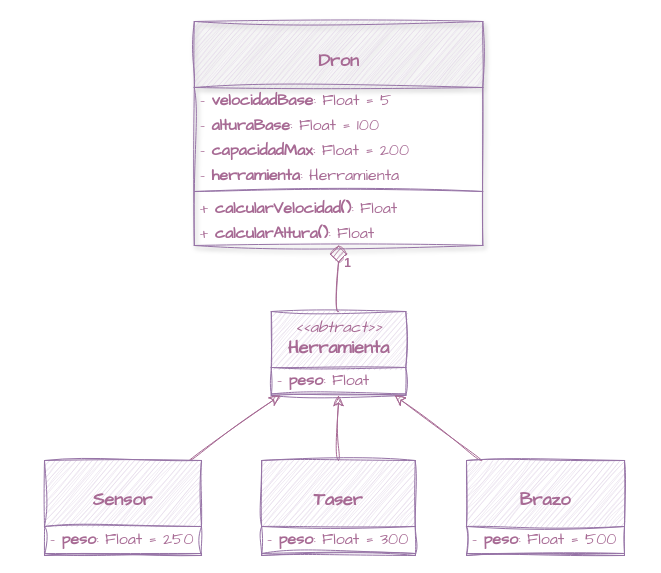
Above: bootsrap/src/Ejercicios POO/14_dron/14_dron.drawio in Elianayc/Typescript (draw.io), before the change. Source tidied: cells renumbered, new cells numbered last; positions are measured from the earlier drawing's top-left corner, leaving out a move shared by most shapes. Both pictures are drawn from the tidied source at 100%, with x=0, y=0 at pixel (44, 21).
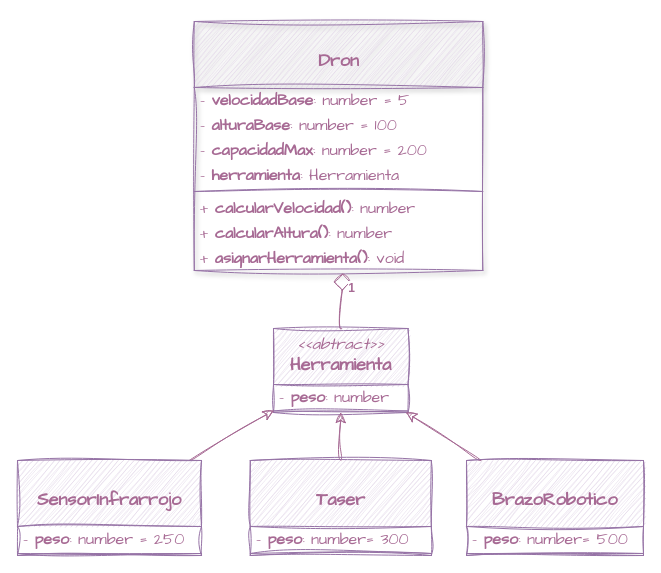
The same diagram, later.

The edit, as a diff of the source:
```diff
@@
     <mxCell id="2" value="&lt;font style=&quot;font-size: 18px;&quot;&gt;&lt;br&gt;&lt;/font&gt;&lt;div&gt;&lt;span style=&quot;font-size: 18px;&quot;&gt;&lt;b&gt;Dron&lt;/b&gt;&lt;/span&gt;&lt;/div&gt;" style="swimlane;fontStyle=0;align=center;verticalAlign=top;horizontal=1;startSize=66;html=1;whiteSpace=wrap;sketch=1;hachureGap=4;jiggle=2;curveFitting=1;strokeColor=#9673A6;fontFamily=Architects Daughter;fontSize=16;fontColor=#A76A94;fillColor=#e1d5e7;shadow=1;" parent="1" vertex="1">
-      <mxGeometry x="149.8" width="288.5" height="224" as="geometry" />
+      <mxGeometry x="149.8" width="288.5" height="249" as="geometry" />
     </mxCell>
-    <mxCell id="3" value="- &lt;b&gt;velocidadBase&lt;/b&gt;: Float = 5" style="text;html=1;strokeColor=none;fillColor=none;align=left;verticalAlign=middle;spacingLeft=4;spacingRight=4;overflow=hidden;whiteSpace=wrap;fontFamily=Architects Daughter;fontSize=16;fontColor=#A76A94;fontStyle=0;horizontal=1;" parent="2" vertex="1">
+    <mxCell id="3" value="- &lt;b&gt;velocidadBase&lt;/b&gt;: number = 5" style="text;html=1;strokeColor=none;fillColor=none;align=left;verticalAlign=middle;spacingLeft=4;spacingRight=4;overflow=hidden;whiteSpace=wrap;fontFamily=Architects Daughter;fontSize=16;fontColor=#A76A94;fontStyle=0;horizontal=1;" parent="2" vertex="1">
       <mxGeometry y="66" width="288.5" height="25" as="geometry" />
     </mxCell>
-    <mxCell id="4" value="- &lt;b&gt;alturaBase&lt;/b&gt;: Float = 100" style="text;html=1;strokeColor=none;fillColor=none;align=left;verticalAlign=middle;spacingLeft=4;spacingRight=4;overflow=hidden;fontColor=#A76A94;whiteSpace=wrap;fontFamily=Architects Daughter;fontSize=16;fontStyle=0;horizontal=1;" parent="2" vertex="1">
+    <mxCell id="4" value="- &lt;b&gt;alturaBase&lt;/b&gt;: number = 100" style="text;html=1;strokeColor=none;fillColor=none;align=left;verticalAlign=middle;spacingLeft=4;spacingRight=4;overflow=hidden;fontColor=#A76A94;whiteSpace=wrap;fontFamily=Architects Daughter;fontSize=16;fontStyle=0;horizontal=1;" parent="2" vertex="1">
       <mxGeometry y="91" width="288.5" height="25" as="geometry" />
     </mxCell>
-    <mxCell id="5" value="- &lt;b&gt;capacidadMax&lt;/b&gt;: Float = 200" style="text;html=1;strokeColor=none;fillColor=none;align=left;verticalAlign=middle;spacingLeft=4;spacingRight=4;overflow=hidden;fontColor=#A76A94;whiteSpace=wrap;fontFamily=Architects Daughter;fontSize=16;fontStyle=0;horizontal=1;" parent="2" vertex="1">
+    <mxCell id="5" value="- &lt;b&gt;capacidadMax&lt;/b&gt;: number = 200" style="text;html=1;strokeColor=none;fillColor=none;align=left;verticalAlign=middle;spacingLeft=4;spacingRight=4;overflow=hidden;fontColor=#A76A94;whiteSpace=wrap;fontFamily=Architects Daughter;fontSize=16;fontStyle=0;horizontal=1;" parent="2" vertex="1">
       <mxGeometry y="116" width="288.5" height="25" as="geometry" />
     </mxCell>
@@
-    <mxCell id="8" value="+ &lt;b&gt;calcularVelocidad()&lt;/b&gt;: Float" style="text;html=1;strokeColor=none;fillColor=none;align=left;verticalAlign=middle;spacingLeft=4;spacingRight=4;overflow=hidden;fontColor=#A76A94;whiteSpace=wrap;fontFamily=Architects Daughter;fontSize=16;fontStyle=0;horizontal=1;" parent="2" vertex="1">
+    <mxCell id="8" value="+ &lt;b&gt;calcularVelocidad()&lt;/b&gt;: number" style="text;html=1;strokeColor=none;fillColor=none;align=left;verticalAlign=middle;spacingLeft=4;spacingRight=4;overflow=hidden;fontColor=#A76A94;whiteSpace=wrap;fontFamily=Architects Daughter;fontSize=16;fontStyle=0;horizontal=1;" parent="2" vertex="1">
       <mxGeometry y="174" width="288.5" height="25" as="geometry" />
     </mxCell>
-    <mxCell id="9" value="+ &lt;b&gt;calcularAltura()&lt;/b&gt;: Float" style="text;html=1;strokeColor=none;fillColor=none;align=left;verticalAlign=middle;spacingLeft=4;spacingRight=4;overflow=hidden;fontColor=#A76A94;whiteSpace=wrap;fontFamily=Architects Daughter;fontSize=16;fontStyle=0;horizontal=1;" parent="2" vertex="1">
+    <mxCell id="9" value="+ &lt;b&gt;calcularAltura()&lt;/b&gt;: number" style="text;html=1;strokeColor=none;fillColor=none;align=left;verticalAlign=middle;spacingLeft=4;spacingRight=4;overflow=hidden;fontColor=#A76A94;whiteSpace=wrap;fontFamily=Architects Daughter;fontSize=16;fontStyle=0;horizontal=1;" parent="2" vertex="1">
       <mxGeometry y="199" width="288.5" height="25" as="geometry" />
     </mxCell>
+    <mxCell id="27" value="+ &lt;b&gt;asignarHerramienta()&lt;/b&gt;: void" style="text;html=1;strokeColor=none;fillColor=none;align=left;verticalAlign=middle;spacingLeft=4;spacingRight=4;overflow=hidden;points=[[0,0.5],[1,0.5]];portConstraint=eastwest;fontColor=#A76A94;whiteSpace=wrap;fontFamily=Architects Daughter;fontSize=16;fontStyle=0;horizontal=1;" parent="2" vertex="1">
+      <mxGeometry y="224" width="288.5" height="25" as="geometry" />
+    </mxCell>
-    <mxCell id="10" value="1" style="edgeStyle=none;curved=1;rounded=0;hachureGap=4;jettySize=auto;html=1;fontFamily=Helvetica;fontSize=12;startSize=8;endSize=15;strokeColor=#A76A94;endArrow=diamond;endFill=1;shadow=0;fontColor=#A76A94;fontStyle=1;sketch=1;curveFitting=1;jiggle=2;" parent="1" edge="1" source="11" target="2">
+    <mxCell id="10" value="1" style="edgeStyle=none;curved=1;rounded=0;hachureGap=4;jettySize=auto;html=1;fontFamily=Helvetica;fontSize=12;startSize=8;endSize=15;strokeColor=#A76A94;endArrow=diamond;endFill=0;shadow=0;fontColor=#A76A94;fontStyle=1;sketch=1;curveFitting=1;jiggle=2;entryX=0.514;entryY=1.12;entryDx=0;entryDy=0;entryPerimeter=0;" parent="1" edge="1" source="11" target="27">
       <mxGeometry x="0.46" y="-9" relative="1" as="geometry" />
     </mxCell>
     <mxCell id="11" value="&lt;font&gt;&lt;i style=&quot;&quot;&gt;&amp;lt;&amp;lt;abtract&amp;gt;&amp;gt;&lt;br&gt;&lt;/i&gt;&lt;/font&gt;&lt;div&gt;&lt;span style=&quot;font-size: 18px;&quot;&gt;&lt;b&gt;Herramienta&lt;/b&gt;&lt;/span&gt;&lt;/div&gt;" style="swimlane;fontStyle=0;align=center;verticalAlign=top;horizontal=1;startSize=56;html=1;whiteSpace=wrap;sketch=1;hachureGap=4;jiggle=2;curveFitting=1;strokeColor=#9673A6;fontFamily=Architects Daughter;fontSize=16;fontColor=#A76A94;fillColor=#e1d5e7;" parent="1" vertex="1">
-      <mxGeometry x="226.8" y="290" width="134.5" height="84" as="geometry" />
+      <mxGeometry x="229" y="307" width="134.5" height="84" as="geometry" />
     </mxCell>
-    <mxCell id="12" value="- &lt;b&gt;peso&lt;/b&gt;: Float" style="text;html=1;strokeColor=none;fillColor=none;align=left;verticalAlign=middle;spacingLeft=4;spacingRight=4;overflow=hidden;whiteSpace=wrap;fontFamily=Architects Daughter;fontSize=16;fontColor=#A76A94;fontStyle=0;horizontal=1;" parent="11" vertex="1">
+    <mxCell id="12" value="- &lt;b&gt;peso&lt;/b&gt;: number" style="text;html=1;strokeColor=none;fillColor=none;align=left;verticalAlign=middle;spacingLeft=4;spacingRight=4;overflow=hidden;whiteSpace=wrap;fontFamily=Architects Daughter;fontSize=16;fontColor=#A76A94;fontStyle=0;horizontal=1;" parent="11" vertex="1">
       <mxGeometry y="56" width="134.5" height="25" as="geometry" />
     </mxCell>
@@
     <mxCell id="16" value="&lt;font style=&quot;font-size: 18px;&quot;&gt;&lt;br&gt;&lt;/font&gt;&lt;div&gt;&lt;span style=&quot;font-size: 18px;&quot;&gt;&lt;b&gt;Taser&lt;/b&gt;&lt;/span&gt;&lt;/div&gt;" style="swimlane;fontStyle=0;align=center;verticalAlign=top;horizontal=1;startSize=66;html=1;whiteSpace=wrap;sketch=1;hachureGap=4;jiggle=2;curveFitting=1;strokeColor=#9673A6;fontFamily=Architects Daughter;fontSize=16;fontColor=#A76A94;fillColor=#e1d5e7;" parent="1" vertex="1">
-      <mxGeometry x="217.2" y="439" width="153.5" height="95" as="geometry" />
+      <mxGeometry x="205.8" y="439" width="181" height="95" as="geometry" />
     </mxCell>
-    <mxCell id="17" value="- &lt;b&gt;peso&lt;/b&gt;: Float = 300" style="text;html=1;strokeColor=none;fillColor=none;align=left;verticalAlign=middle;spacingLeft=4;spacingRight=4;overflow=hidden;whiteSpace=wrap;fontFamily=Architects Daughter;fontSize=16;fontColor=#A76A94;fontStyle=0;horizontal=1;" parent="16" vertex="1">
-      <mxGeometry y="66" width="153.5" height="25" as="geometry" />
+    <mxCell id="17" value="- &lt;b&gt;peso&lt;/b&gt;: number= 300" style="text;html=1;strokeColor=none;fillColor=none;align=left;verticalAlign=middle;spacingLeft=4;spacingRight=4;overflow=hidden;whiteSpace=wrap;fontFamily=Architects Daughter;fontSize=16;fontColor=#A76A94;fontStyle=0;horizontal=1;" parent="16" vertex="1">
+      <mxGeometry y="66" width="181" height="25" as="geometry" />
     </mxCell>
     <mxCell id="18" style="line;strokeWidth=1;fillColor=none;align=left;verticalAlign=middle;spacingTop=-1;spacingLeft=3;spacingRight=3;labelPosition=right;sketch=1;hachureGap=4;jiggle=2;curveFitting=1;strokeColor=#9673A6;fontFamily=Architects Daughter;fontSize=16;fontColor=#A76A94;fontStyle=0;horizontal=1;" parent="16" vertex="1">
-      <mxGeometry y="91" width="153.5" height="4" as="geometry" />
+      <mxGeometry y="91" width="181" height="4" as="geometry" />
     </mxCell>
@@
-    <mxCell id="20" value="&lt;font style=&quot;font-size: 18px;&quot;&gt;&lt;br&gt;&lt;/font&gt;&lt;div&gt;&lt;span style=&quot;font-size: 18px;&quot;&gt;&lt;b&gt;Sensor&lt;/b&gt;&lt;/span&gt;&lt;/div&gt;" style="swimlane;fontStyle=0;align=center;verticalAlign=top;horizontal=1;startSize=66;html=1;whiteSpace=wrap;sketch=1;hachureGap=4;jiggle=2;curveFitting=1;strokeColor=#9673A6;fontFamily=Architects Daughter;fontSize=16;fontColor=#A76A94;fillColor=#e1d5e7;" parent="1" vertex="1">
-      <mxGeometry y="439" width="157" height="95" as="geometry" />
+    <mxCell id="20" value="&lt;font style=&quot;font-size: 18px;&quot;&gt;&lt;br&gt;&lt;/font&gt;&lt;div&gt;&lt;span style=&quot;font-size: 18px;&quot;&gt;&lt;b&gt;SensorInfrarrojo&lt;/b&gt;&lt;/span&gt;&lt;/div&gt;" style="swimlane;fontStyle=0;align=center;verticalAlign=top;horizontal=1;startSize=66;html=1;whiteSpace=wrap;sketch=1;hachureGap=4;jiggle=2;curveFitting=1;strokeColor=#9673A6;fontFamily=Architects Daughter;fontSize=16;fontColor=#A76A94;fillColor=#e1d5e7;" parent="1" vertex="1">
+      <mxGeometry x="-27" y="439" width="184" height="95" as="geometry" />
     </mxCell>
-    <mxCell id="21" value="- &lt;b&gt;peso&lt;/b&gt;: Float&lt;b&gt;&amp;nbsp;&lt;/b&gt;= 250" style="text;html=1;strokeColor=none;fillColor=none;align=left;verticalAlign=middle;spacingLeft=4;spacingRight=4;overflow=hidden;whiteSpace=wrap;fontFamily=Architects Daughter;fontSize=16;fontColor=#A76A94;fontStyle=0;horizontal=1;" parent="20" vertex="1">
-      <mxGeometry y="66" width="157" height="25" as="geometry" />
+    <mxCell id="21" value="- &lt;b&gt;peso&lt;/b&gt;: number = 250" style="text;html=1;strokeColor=none;fillColor=none;align=left;verticalAlign=middle;spacingLeft=4;spacingRight=4;overflow=hidden;whiteSpace=wrap;fontFamily=Architects Daughter;fontSize=16;fontColor=#A76A94;fontStyle=0;horizontal=1;" parent="20" vertex="1">
+      <mxGeometry y="66" width="184" height="25" as="geometry" />
     </mxCell>
     <mxCell id="22" style="line;strokeWidth=1;fillColor=none;align=left;verticalAlign=middle;spacingTop=-1;spacingLeft=3;spacingRight=3;labelPosition=right;sketch=1;hachureGap=4;jiggle=2;curveFitting=1;strokeColor=#9673A6;fontFamily=Architects Daughter;fontSize=16;fontColor=#A76A94;fontStyle=0;horizontal=1;" parent="20" vertex="1">
-      <mxGeometry y="91" width="157" height="4" as="geometry" />
+      <mxGeometry y="91" width="184" height="4" as="geometry" />
     </mxCell>
@@
-    <mxCell id="24" value="&lt;font style=&quot;font-size: 18px;&quot;&gt;&lt;br&gt;&lt;/font&gt;&lt;div&gt;&lt;span style=&quot;font-size: 18px;&quot;&gt;&lt;b&gt;Brazo&lt;/b&gt;&lt;/span&gt;&lt;/div&gt;" style="swimlane;fontStyle=0;align=center;verticalAlign=top;horizontal=1;startSize=66;html=1;whiteSpace=wrap;sketch=1;hachureGap=4;jiggle=2;curveFitting=1;strokeColor=#9673A6;fontFamily=Architects Daughter;fontSize=16;fontColor=#A76A94;fillColor=#e1d5e7;" parent="1" vertex="1">
-      <mxGeometry x="422" y="439" width="158" height="95" as="geometry" />
+    <mxCell id="24" value="&lt;font style=&quot;font-size: 18px;&quot;&gt;&lt;br&gt;&lt;/font&gt;&lt;div&gt;&lt;span style=&quot;font-size: 18px;&quot;&gt;&lt;b&gt;BrazoRobotico&lt;/b&gt;&lt;/span&gt;&lt;/div&gt;" style="swimlane;fontStyle=0;align=center;verticalAlign=top;horizontal=1;startSize=66;html=1;whiteSpace=wrap;sketch=1;hachureGap=4;jiggle=2;curveFitting=1;strokeColor=#9673A6;fontFamily=Architects Daughter;fontSize=16;fontColor=#A76A94;fillColor=#e1d5e7;" parent="1" vertex="1">
+      <mxGeometry x="422" y="439" width="177" height="95" as="geometry" />
     </mxCell>
-    <mxCell id="25" value="- &lt;b&gt;peso&lt;/b&gt;: Float = 500" style="text;html=1;strokeColor=none;fillColor=none;align=left;verticalAlign=middle;spacingLeft=4;spacingRight=4;overflow=hidden;whiteSpace=wrap;fontFamily=Architects Daughter;fontSize=16;fontColor=#A76A94;fontStyle=0;horizontal=1;" parent="24" vertex="1">
-      <mxGeometry y="66" width="158" height="25" as="geometry" />
+    <mxCell id="25" value="- &lt;b&gt;peso&lt;/b&gt;: number= 500" style="text;html=1;strokeColor=none;fillColor=none;align=left;verticalAlign=middle;spacingLeft=4;spacingRight=4;overflow=hidden;whiteSpace=wrap;fontFamily=Architects Daughter;fontSize=16;fontColor=#A76A94;fontStyle=0;horizontal=1;" parent="24" vertex="1">
+      <mxGeometry y="66" width="177" height="25" as="geometry" />
     </mxCell>
     <mxCell id="26" style="line;strokeWidth=1;fillColor=none;align=left;verticalAlign=middle;spacingTop=-1;spacingLeft=3;spacingRight=3;labelPosition=right;sketch=1;hachureGap=4;jiggle=2;curveFitting=1;strokeColor=#9673A6;fontFamily=Architects Daughter;fontSize=16;fontColor=#A76A94;fontStyle=0;horizontal=1;" parent="24" vertex="1">
-      <mxGeometry y="91" width="158" height="4" as="geometry" />
+      <mxGeometry y="91" width="177" height="4" as="geometry" />
     </mxCell>
```
